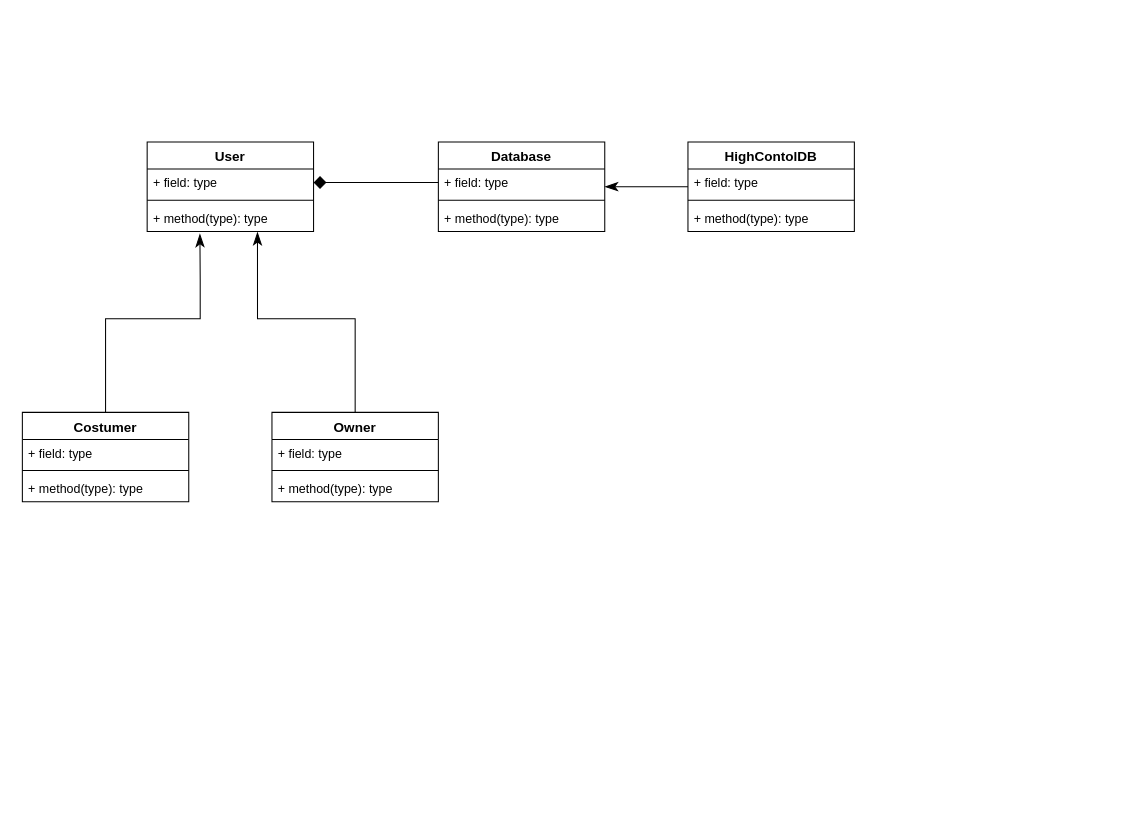
MarkJ-DC5/Mall-QCT-QR-Code-Contact-Tracinng- keeps this draw.io diagram as page "Class Diagram" (1 of 3) of diagrams/class and database diagrams.drawio. Above is the earlier version. Source tidied: cells renumbered, new cells numbered last; positions are measured from the earlier drawing's top-left corner, leaving out a move shared by most shapes. Both pictures are drawn from the tidied source at 104%, with x=0, y=0 at pixel (22, 141).
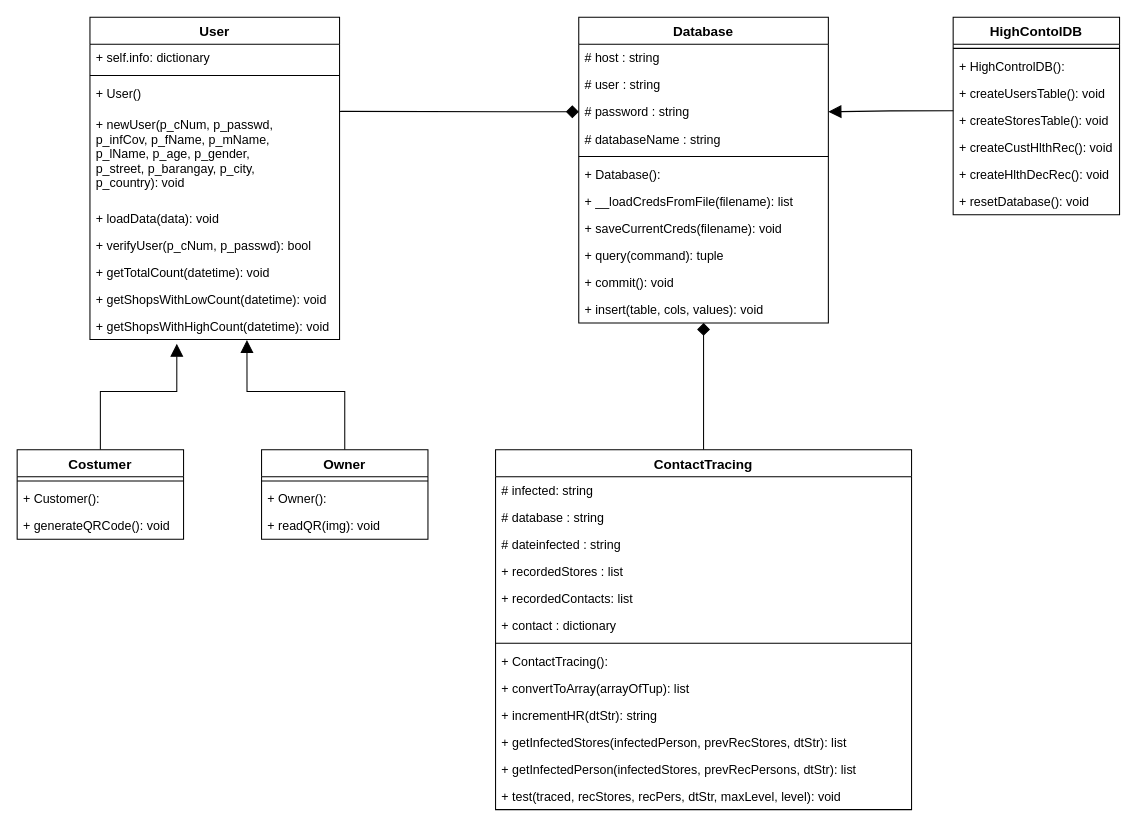
The same diagram, later.

What changed in the source:
```diff
@@
-    <mxCell id="2" style="edgeStyle=orthogonalEdgeStyle;rounded=0;jettySize=auto;html=1;entryX=0.663;entryY=1.023;entryDx=0;entryDy=0;entryPerimeter=0;startArrow=none;startFill=0;startSize=8;endArrow=classicThin;endFill=1;endSize=10;fontSize=13;" parent="1" edge="1" source="6" target="17">
-      <mxGeometry relative="1" as="geometry">
-        <Array as="points">
-          <mxPoint x="320" y="170" />
-          <mxPoint x="226" y="170" />
-        </Array>
-      </mxGeometry>
-    </mxCell>
-    <mxCell id="3" style="edgeStyle=orthogonalEdgeStyle;rounded=0;jettySize=auto;html=1;entryX=0.317;entryY=1.09;entryDx=0;entryDy=0;entryPerimeter=0;startArrow=none;startFill=0;startSize=8;endArrow=classicThin;endFill=1;endSize=10;fontSize=13;" parent="1" edge="1" source="10" target="17">
-      <mxGeometry relative="1" as="geometry">
-        <Array as="points">
-          <mxPoint x="80" y="170" />
-          <mxPoint x="171" y="170" />
-          <mxPoint x="171" y="132" />
-        </Array>
-      </mxGeometry>
-    </mxCell>
-    <mxCell id="4" style="edgeStyle=orthogonalEdgeStyle;rounded=0;jettySize=auto;html=1;entryX=1;entryY=0.5;entryDx=0;entryDy=0;startArrow=none;startFill=0;startSize=8;endArrow=diamond;endFill=1;endSize=10;fontSize=13;" parent="1" edge="1" source="23" target="15">
-      <mxGeometry relative="1" as="geometry" />
-    </mxCell>
-    <mxCell id="5" style="edgeStyle=orthogonalEdgeStyle;rounded=0;jettySize=auto;html=1;startArrow=none;startFill=0;startSize=8;endArrow=classicThin;endFill=1;endSize=10;fontSize=13;" parent="1" edge="1" source="18">
-      <mxGeometry relative="1" as="geometry">
-        <mxPoint x="560" y="43" as="targetPoint" />
-        <Array as="points">
-          <mxPoint x="600" y="43" />
-          <mxPoint x="600" y="43" />
-        </Array>
-      </mxGeometry>
-    </mxCell>
+    <mxCell id="26" style="edgeStyle=orthogonalEdgeStyle;rounded=0;jettySize=auto;html=1;startArrow=none;startFill=0;startSize=8;endArrow=block;endFill=1;endSize=10;fontSize=13;entryX=0.629;entryY=1.015;entryDx=0;entryDy=0;entryPerimeter=0;" parent="1" edge="1" source="6" target="69">
+      <mxGeometry relative="1" as="geometry">
+        <Array as="points">
+          <mxPoint x="310" y="240" />
+          <mxPoint x="216" y="240" />
+        </Array>
+      </mxGeometry>
+    </mxCell>
+    <mxCell id="22" value="Database" style="swimlane;fontStyle=1;align=center;verticalAlign=top;horizontal=1;startSize=26;fontSize=13;" parent="1" vertex="1">
+      <mxGeometry x="535" y="-120" width="240" height="294" as="geometry" />
+    </mxCell>
+    <mxCell id="27" value="# host : string" style="text;strokeColor=none;fillColor=none;align=left;verticalAlign=top;spacingLeft=4;spacingRight=4;overflow=hidden;" parent="22" vertex="1">
+      <mxGeometry y="26" width="240" height="26" as="geometry" />
+    </mxCell>
+    <mxCell id="28" value="# user : string" style="text;strokeColor=none;fillColor=none;align=left;verticalAlign=top;spacingLeft=4;spacingRight=4;overflow=hidden;" parent="22" vertex="1">
+      <mxGeometry y="52" width="240" height="26" as="geometry" />
+    </mxCell>
+    <mxCell id="29" value="# password : string" style="text;strokeColor=none;fillColor=none;align=left;verticalAlign=top;spacingLeft=4;spacingRight=4;overflow=hidden;points=[[0,0.5],[1,0.5]];portConstraint=eastwest;" parent="22" vertex="1">
+      <mxGeometry y="78" width="240" height="26" as="geometry" />
+    </mxCell>
+    <mxCell id="30" value="# databaseName : string" style="text;strokeColor=none;fillColor=none;align=left;verticalAlign=top;spacingLeft=4;spacingRight=4;overflow=hidden;" parent="22" vertex="1">
+      <mxGeometry y="104" width="240" height="26" as="geometry" />
+    </mxCell>
+    <mxCell id="31" style="line;strokeWidth=1;fillColor=none;align=left;verticalAlign=middle;spacingTop=-1;spacingLeft=3;spacingRight=3;labelPosition=right;" parent="22" vertex="1">
+      <mxGeometry y="130" width="240" height="8" as="geometry" />
+    </mxCell>
+    <mxCell id="32" value="+ Database():" style="text;strokeColor=none;fillColor=none;align=left;verticalAlign=top;spacingLeft=4;spacingRight=4;overflow=hidden;" parent="22" vertex="1">
+      <mxGeometry y="138" width="240" height="26" as="geometry" />
+    </mxCell>
+    <mxCell id="33" value="+ __loadCredsFromFile(filename): list" style="text;strokeColor=none;fillColor=none;align=left;verticalAlign=top;spacingLeft=4;spacingRight=4;overflow=hidden;" parent="22" vertex="1">
+      <mxGeometry y="164" width="240" height="26" as="geometry" />
+    </mxCell>
+    <mxCell id="34" value="+ saveCurrentCreds(filename): void " style="text;strokeColor=none;fillColor=none;align=left;verticalAlign=top;spacingLeft=4;spacingRight=4;overflow=hidden;" parent="22" vertex="1">
+      <mxGeometry y="190" width="240" height="26" as="geometry" />
+    </mxCell>
+    <mxCell id="35" value="+ query(command): tuple" style="text;strokeColor=none;fillColor=none;align=left;verticalAlign=top;spacingLeft=4;spacingRight=4;overflow=hidden;" parent="22" vertex="1">
+      <mxGeometry y="216" width="240" height="26" as="geometry" />
+    </mxCell>
+    <mxCell id="36" value="+ commit(): void" style="text;strokeColor=none;fillColor=none;align=left;verticalAlign=top;spacingLeft=4;spacingRight=4;overflow=hidden;" parent="22" vertex="1">
+      <mxGeometry y="242" width="240" height="26" as="geometry" />
+    </mxCell>
+    <mxCell id="37" value="+ insert(table, cols, values): void" style="text;strokeColor=none;fillColor=none;align=left;verticalAlign=top;spacingLeft=4;spacingRight=4;overflow=hidden;" parent="22" vertex="1">
+      <mxGeometry y="268" width="240" height="26" as="geometry" />
+    </mxCell>
+    <mxCell id="38" style="edgeStyle=orthogonalEdgeStyle;rounded=0;jettySize=auto;html=1;endArrow=block;endFill=1;exitX=0.001;exitY=0.156;exitDx=0;exitDy=0;exitPerimeter=0;entryX=1;entryY=0.5;entryDx=0;entryDy=0;endSize=10;" parent="1" edge="1" source="42" target="29">
+      <mxGeometry relative="1" as="geometry">
+        <Array as="points">
+          <mxPoint x="835" y="-30" />
+        </Array>
+      </mxGeometry>
+    </mxCell>
+    <mxCell id="18" value="HighContolDB" style="swimlane;fontStyle=1;align=center;verticalAlign=top;horizontal=1;startSize=26;fontSize=13;" parent="1" vertex="1">
+      <mxGeometry x="895" y="-120" width="160" height="190" as="geometry" />
+    </mxCell>
+    <mxCell id="39" style="line;strokeWidth=1;fillColor=none;align=left;verticalAlign=middle;spacingTop=-1;spacingLeft=3;spacingRight=3;labelPosition=right;" parent="18" vertex="1">
+      <mxGeometry y="26" width="160" height="8" as="geometry" />
+    </mxCell>
+    <mxCell id="40" value="+ HighControlDB():" style="text;strokeColor=none;fillColor=none;align=left;verticalAlign=top;spacingLeft=4;spacingRight=4;overflow=hidden;" parent="18" vertex="1">
+      <mxGeometry y="34" width="160" height="26" as="geometry" />
+    </mxCell>
+    <mxCell id="41" value="+ createUsersTable(): void" style="text;strokeColor=none;fillColor=none;align=left;verticalAlign=top;spacingLeft=4;spacingRight=4;overflow=hidden;" parent="18" vertex="1">
+      <mxGeometry y="60" width="160" height="26" as="geometry" />
+    </mxCell>
+    <mxCell id="42" value="+ createStoresTable(): void" style="text;strokeColor=none;fillColor=none;align=left;verticalAlign=top;spacingLeft=4;spacingRight=4;overflow=hidden;points=[[0,0.5],[1,0.5]];portConstraint=eastwest;" parent="18" vertex="1">
+      <mxGeometry y="86" width="160" height="26" as="geometry" />
+    </mxCell>
+    <mxCell id="43" value="+ createCustHlthRec(): void" style="text;strokeColor=none;fillColor=none;align=left;verticalAlign=top;spacingLeft=4;spacingRight=4;overflow=hidden;" parent="18" vertex="1">
+      <mxGeometry y="112" width="160" height="26" as="geometry" />
+    </mxCell>
+    <mxCell id="44" value="+ createHlthDecRec(): void" style="text;strokeColor=none;fillColor=none;align=left;verticalAlign=top;spacingLeft=4;spacingRight=4;overflow=hidden;" parent="18" vertex="1">
+      <mxGeometry y="138" width="160" height="26" as="geometry" />
+    </mxCell>
+    <mxCell id="45" value="+ resetDatabase(): void" style="text;strokeColor=none;fillColor=none;align=left;verticalAlign=top;spacingLeft=4;spacingRight=4;overflow=hidden;" parent="18" vertex="1">
+      <mxGeometry y="164" width="160" height="26" as="geometry" />
+    </mxCell>
+    <mxCell id="46" style="edgeStyle=orthogonalEdgeStyle;rounded=0;jettySize=auto;html=1;entryX=0.5;entryY=1;entryDx=0;entryDy=0;endArrow=diamond;endFill=1;endSize=10;" parent="1" edge="1" source="47" target="22">
+      <mxGeometry relative="1" as="geometry" />
+    </mxCell>
+    <mxCell id="47" value="ContactTracing" style="swimlane;fontStyle=1;align=center;verticalAlign=top;horizontal=1;startSize=26;fontSize=13;" parent="1" vertex="1">
+      <mxGeometry x="455" y="296" width="400" height="346" as="geometry" />
+    </mxCell>
+    <mxCell id="48" value="# infected: string" style="text;strokeColor=none;fillColor=none;align=left;verticalAlign=top;spacingLeft=4;spacingRight=4;overflow=hidden;" parent="47" vertex="1">
+      <mxGeometry y="26" width="400" height="26" as="geometry" />
+    </mxCell>
+    <mxCell id="49" value="# database : string" style="text;strokeColor=none;fillColor=none;align=left;verticalAlign=top;spacingLeft=4;spacingRight=4;overflow=hidden;" parent="47" vertex="1">
+      <mxGeometry y="52" width="400" height="26" as="geometry" />
+    </mxCell>
+    <mxCell id="50" value="# dateinfected : string" style="text;strokeColor=none;fillColor=none;align=left;verticalAlign=top;spacingLeft=4;spacingRight=4;overflow=hidden;" parent="47" vertex="1">
+      <mxGeometry y="78" width="400" height="26" as="geometry" />
+    </mxCell>
+    <mxCell id="51" value="+ recordedStores : list" style="text;strokeColor=none;fillColor=none;align=left;verticalAlign=top;spacingLeft=4;spacingRight=4;overflow=hidden;" parent="47" vertex="1">
+      <mxGeometry y="104" width="400" height="26" as="geometry" />
+    </mxCell>
+    <mxCell id="52" value="+ recordedContacts: list" style="text;strokeColor=none;fillColor=none;align=left;verticalAlign=top;spacingLeft=4;spacingRight=4;overflow=hidden;" parent="47" vertex="1">
+      <mxGeometry y="130" width="400" height="26" as="geometry" />
+    </mxCell>
+    <mxCell id="53" value="+ contact : dictionary" style="text;strokeColor=none;fillColor=none;align=left;verticalAlign=top;spacingLeft=4;spacingRight=4;overflow=hidden;" parent="47" vertex="1">
+      <mxGeometry y="156" width="400" height="26" as="geometry" />
+    </mxCell>
+    <mxCell id="54" style="line;strokeWidth=1;fillColor=none;align=left;verticalAlign=middle;spacingTop=-1;spacingLeft=3;spacingRight=3;labelPosition=right;" parent="47" vertex="1">
+      <mxGeometry y="182" width="400" height="8" as="geometry" />
+    </mxCell>
+    <mxCell id="55" value="+ ContactTracing():" style="text;strokeColor=none;fillColor=none;align=left;verticalAlign=top;spacingLeft=4;spacingRight=4;overflow=hidden;" parent="47" vertex="1">
+      <mxGeometry y="190" width="400" height="26" as="geometry" />
+    </mxCell>
+    <mxCell id="56" value="+ convertToArray(arrayOfTup): list" style="text;strokeColor=none;fillColor=none;align=left;verticalAlign=top;spacingLeft=4;spacingRight=4;overflow=hidden;" parent="47" vertex="1">
+      <mxGeometry y="216" width="400" height="26" as="geometry" />
+    </mxCell>
+    <mxCell id="57" value="+ incrementHR(dtStr): string" style="text;strokeColor=none;fillColor=none;align=left;verticalAlign=top;spacingLeft=4;spacingRight=4;overflow=hidden;" parent="47" vertex="1">
+      <mxGeometry y="242" width="400" height="26" as="geometry" />
+    </mxCell>
+    <mxCell id="58" value="+ getInfectedStores(infectedPerson, prevRecStores, dtStr): list" style="text;strokeColor=none;fillColor=none;align=left;verticalAlign=top;spacingLeft=4;spacingRight=4;overflow=hidden;" parent="47" vertex="1">
+      <mxGeometry y="268" width="400" height="26" as="geometry" />
+    </mxCell>
+    <mxCell id="59" value="+ getInfectedPerson(infectedStores, prevRecPersons, dtStr): list" style="text;strokeColor=none;fillColor=none;align=left;verticalAlign=top;spacingLeft=4;spacingRight=4;overflow=hidden;" parent="47" vertex="1">
+      <mxGeometry y="294" width="400" height="26" as="geometry" />
+    </mxCell>
+    <mxCell id="60" value="+ test(traced, recStores, recPers, dtStr, maxLevel, level): void" style="text;strokeColor=none;fillColor=none;align=left;verticalAlign=top;spacingLeft=4;spacingRight=4;overflow=hidden;" parent="47" vertex="1">
+      <mxGeometry y="320" width="400" height="26" as="geometry" />
+    </mxCell>
+    <mxCell id="14" value="User" style="swimlane;fontStyle=1;align=center;verticalAlign=top;horizontal=1;startSize=26;fontSize=13;" parent="1" vertex="1">
+      <mxGeometry x="65" y="-120" width="240" height="310" as="geometry" />
+    </mxCell>
+    <mxCell id="61" value="+ self.info: dictionary" style="text;strokeColor=none;fillColor=none;align=left;verticalAlign=top;spacingLeft=4;spacingRight=4;overflow=hidden;" parent="14" vertex="1">
+      <mxGeometry y="26" width="240" height="26" as="geometry" />
+    </mxCell>
+    <mxCell id="62" style="line;strokeWidth=1;fillColor=none;align=left;verticalAlign=middle;spacingTop=-1;spacingLeft=3;spacingRight=3;labelPosition=right;" parent="14" vertex="1">
+      <mxGeometry y="52" width="240" height="8" as="geometry" />
+    </mxCell>
+    <mxCell id="63" value="+ User()" style="text;strokeColor=none;fillColor=none;align=left;verticalAlign=top;spacingLeft=4;spacingRight=4;overflow=hidden;" parent="14" vertex="1">
+      <mxGeometry y="60" width="240" height="30" as="geometry" />
+    </mxCell>
+    <mxCell id="64" value="+ newUser(p_cNum, p_passwd, &#10;p_infCov, p_fName, p_mName, &#10;p_lName, p_age, p_gender,&#10;p_street, p_barangay, p_city, &#10;p_country): void&#10;" style="text;strokeColor=none;fillColor=none;align=left;verticalAlign=top;spacingLeft=4;spacingRight=4;overflow=hidden;points=[[0,0.5],[1,0.5]];portConstraint=eastwest;" parent="14" vertex="1">
+      <mxGeometry y="90" width="240" height="90" as="geometry" />
+    </mxCell>
+    <mxCell id="65" value="+ loadData(data): void" style="text;strokeColor=none;fillColor=none;align=left;verticalAlign=top;spacingLeft=4;spacingRight=4;overflow=hidden;" parent="14" vertex="1">
+      <mxGeometry y="180" width="240" height="26" as="geometry" />
+    </mxCell>
+    <mxCell id="66" value="+ verifyUser(p_cNum, p_passwd): bool" style="text;strokeColor=none;fillColor=none;align=left;verticalAlign=top;spacingLeft=4;spacingRight=4;overflow=hidden;" parent="14" vertex="1">
+      <mxGeometry y="206" width="240" height="26" as="geometry" />
+    </mxCell>
+    <mxCell id="67" value="+ getTotalCount(datetime): void" style="text;strokeColor=none;fillColor=none;align=left;verticalAlign=top;spacingLeft=4;spacingRight=4;overflow=hidden;" parent="14" vertex="1">
+      <mxGeometry y="232" width="240" height="26" as="geometry" />
+    </mxCell>
+    <mxCell id="68" value="+ getShopsWithLowCount(datetime): void" style="text;strokeColor=none;fillColor=none;align=left;verticalAlign=top;spacingLeft=4;spacingRight=4;overflow=hidden;" parent="14" vertex="1">
+      <mxGeometry y="258" width="240" height="26" as="geometry" />
+    </mxCell>
+    <mxCell id="69" value="+ getShopsWithHighCount(datetime): void" style="text;strokeColor=none;fillColor=none;align=left;verticalAlign=top;spacingLeft=4;spacingRight=4;overflow=hidden;points=[[0,0.5],[1,0.5]];portConstraint=eastwest;" parent="14" vertex="1">
+      <mxGeometry y="284" width="240" height="26" as="geometry" />
+    </mxCell>
+    <mxCell id="70" style="edgeStyle=orthogonalEdgeStyle;rounded=0;jettySize=auto;html=1;endArrow=diamond;endFill=1;exitX=1;exitY=0.007;exitDx=0;exitDy=0;exitPerimeter=0;entryX=0;entryY=0.5;entryDx=0;entryDy=0;endSize=10;" parent="1" edge="1" source="64" target="29">
+      <mxGeometry relative="1" as="geometry">
+        <Array as="points">
+          <mxPoint x="307" y="-29" />
+          <mxPoint x="395" y="-29" />
+        </Array>
+      </mxGeometry>
+    </mxCell>
     <mxCell id="6" value="Owner" style="swimlane;fontStyle=1;align=center;verticalAlign=top;horizontal=1;startSize=26;fontSize=13;" parent="1" vertex="1">
-      <mxGeometry x="240" y="260" width="160" height="86" as="geometry" />
+      <mxGeometry x="230" y="296" width="160" height="86" as="geometry" />
     </mxCell>
-    <mxCell id="7" value="+ field: type" style="text;strokeColor=none;fillColor=none;align=left;verticalAlign=top;spacingLeft=4;spacingRight=4;overflow=hidden;" parent="6" vertex="1">
-      <mxGeometry y="26" width="160" height="26" as="geometry" />
-    </mxCell>
-    <mxCell id="8" style="line;strokeWidth=1;fillColor=none;align=left;verticalAlign=middle;spacingTop=-1;spacingLeft=3;spacingRight=3;labelPosition=right;" parent="6" vertex="1">
-      <mxGeometry y="52" width="160" height="8" as="geometry" />
-    </mxCell>
-    <mxCell id="9" value="+ method(type): type" style="text;strokeColor=none;fillColor=none;align=left;verticalAlign=top;spacingLeft=4;spacingRight=4;overflow=hidden;" parent="6" vertex="1">
-      <mxGeometry y="60" width="160" height="26" as="geometry" />
-    </mxCell>
+    <mxCell id="71" style="line;strokeWidth=1;fillColor=none;align=left;verticalAlign=middle;spacingTop=-1;spacingLeft=3;spacingRight=3;labelPosition=right;" parent="6" vertex="1">
+      <mxGeometry y="26" width="160" height="8" as="geometry" />
+    </mxCell>
+    <mxCell id="72" value="+ Owner():&#10;" style="text;strokeColor=none;fillColor=none;align=left;verticalAlign=top;spacingLeft=4;spacingRight=4;overflow=hidden;" parent="6" vertex="1">
+      <mxGeometry y="34" width="160" height="26" as="geometry" />
+    </mxCell>
+    <mxCell id="73" value="+ readQR(img): void&#10;" style="text;strokeColor=none;fillColor=none;align=left;verticalAlign=top;spacingLeft=4;spacingRight=4;overflow=hidden;" parent="6" vertex="1">
+      <mxGeometry y="60" width="160" height="26" as="geometry" />
+    </mxCell>
+    <mxCell id="74" style="edgeStyle=orthogonalEdgeStyle;rounded=0;jettySize=auto;html=1;entryX=0.348;entryY=1.154;entryDx=0;entryDy=0;entryPerimeter=0;endArrow=block;endFill=1;endSize=10;" parent="1" edge="1" source="10" target="69">
+      <mxGeometry relative="1" as="geometry">
+        <Array as="points">
+          <mxPoint x="75" y="240" />
+          <mxPoint x="149" y="240" />
+          <mxPoint x="149" y="194" />
+        </Array>
+      </mxGeometry>
+    </mxCell>
     <mxCell id="10" value="Costumer" style="swimlane;fontStyle=1;align=center;verticalAlign=top;horizontal=1;startSize=26;fontSize=13;" parent="1" vertex="1">
-      <mxGeometry y="260" width="160" height="86" as="geometry" />
+      <mxGeometry x="-5" y="296" width="160" height="86" as="geometry" />
     </mxCell>
-    <mxCell id="11" value="+ field: type" style="text;strokeColor=none;fillColor=none;align=left;verticalAlign=top;spacingLeft=4;spacingRight=4;overflow=hidden;" parent="10" vertex="1">
-      <mxGeometry y="26" width="160" height="26" as="geometry" />
-    </mxCell>
-    <mxCell id="12" style="line;strokeWidth=1;fillColor=none;align=left;verticalAlign=middle;spacingTop=-1;spacingLeft=3;spacingRight=3;labelPosition=right;" parent="10" vertex="1">
-      <mxGeometry y="52" width="160" height="8" as="geometry" />
-    </mxCell>
-    <mxCell id="13" value="+ method(type): type" style="text;strokeColor=none;fillColor=none;align=left;verticalAlign=top;spacingLeft=4;spacingRight=4;overflow=hidden;" parent="10" vertex="1">
-      <mxGeometry y="60" width="160" height="26" as="geometry" />
-    </mxCell>
-    <mxCell id="14" value="User" style="swimlane;fontStyle=1;align=center;verticalAlign=top;horizontal=1;startSize=26;fontSize=13;" parent="1" vertex="1">
-      <mxGeometry x="120" width="160" height="86" as="geometry" />
-    </mxCell>
-    <mxCell id="15" value="+ field: type" style="text;strokeColor=none;fillColor=none;align=left;verticalAlign=top;spacingLeft=4;spacingRight=4;overflow=hidden;points=[[0,0.5],[1,0.5]];portConstraint=eastwest;" parent="14" vertex="1">
-      <mxGeometry y="26" width="160" height="26" as="geometry" />
-    </mxCell>
-    <mxCell id="16" style="line;strokeWidth=1;fillColor=none;align=left;verticalAlign=middle;spacingTop=-1;spacingLeft=3;spacingRight=3;labelPosition=right;" parent="14" vertex="1">
-      <mxGeometry y="52" width="160" height="8" as="geometry" />
-    </mxCell>
-    <mxCell id="17" value="+ method(type): type" style="text;strokeColor=none;fillColor=none;align=left;verticalAlign=top;spacingLeft=4;spacingRight=4;overflow=hidden;points=[[0,0.5],[1,0.5]];portConstraint=eastwest;" parent="14" vertex="1">
-      <mxGeometry y="60" width="160" height="26" as="geometry" />
-    </mxCell>
-    <mxCell id="18" value="HighContolDB" style="swimlane;fontStyle=1;align=center;verticalAlign=top;horizontal=1;startSize=26;fontSize=13;" parent="1" vertex="1">
-      <mxGeometry x="640" width="160" height="86" as="geometry" />
-    </mxCell>
-    <mxCell id="19" value="+ field: type" style="text;strokeColor=none;fillColor=none;align=left;verticalAlign=top;spacingLeft=4;spacingRight=4;overflow=hidden;" parent="18" vertex="1">
-      <mxGeometry y="26" width="160" height="26" as="geometry" />
-    </mxCell>
-    <mxCell id="20" style="line;strokeWidth=1;fillColor=none;align=left;verticalAlign=middle;spacingTop=-1;spacingLeft=3;spacingRight=3;labelPosition=right;" parent="18" vertex="1">
-      <mxGeometry y="52" width="160" height="8" as="geometry" />
-    </mxCell>
-    <mxCell id="21" value="+ method(type): type" style="text;strokeColor=none;fillColor=none;align=left;verticalAlign=top;spacingLeft=4;spacingRight=4;overflow=hidden;" parent="18" vertex="1">
-      <mxGeometry y="60" width="160" height="26" as="geometry" />
-    </mxCell>
-    <mxCell id="22" value="Database" style="swimlane;fontStyle=1;align=center;verticalAlign=top;horizontal=1;startSize=26;fontSize=13;" parent="1" vertex="1">
-      <mxGeometry x="400" width="160" height="86" as="geometry" />
-    </mxCell>
-    <mxCell id="23" value="+ field: type" style="text;strokeColor=none;fillColor=none;align=left;verticalAlign=top;spacingLeft=4;spacingRight=4;overflow=hidden;points=[[0,0.5],[1,0.5]];portConstraint=eastwest;" parent="22" vertex="1">
-      <mxGeometry y="26" width="160" height="26" as="geometry" />
-    </mxCell>
-    <mxCell id="24" style="line;strokeWidth=1;fillColor=none;align=left;verticalAlign=middle;spacingTop=-1;spacingLeft=3;spacingRight=3;labelPosition=right;" parent="22" vertex="1">
-      <mxGeometry y="52" width="160" height="8" as="geometry" />
-    </mxCell>
-    <mxCell id="25" value="+ method(type): type" style="text;strokeColor=none;fillColor=none;align=left;verticalAlign=top;spacingLeft=4;spacingRight=4;overflow=hidden;" parent="22" vertex="1">
-      <mxGeometry y="60" width="160" height="26" as="geometry" />
-    </mxCell>
+    <mxCell id="75" style="line;strokeWidth=1;fillColor=none;align=left;verticalAlign=middle;spacingTop=-1;spacingLeft=3;spacingRight=3;labelPosition=right;" parent="10" vertex="1">
+      <mxGeometry y="26" width="160" height="8" as="geometry" />
+    </mxCell>
+    <mxCell id="76" value="+ Customer():&#10;" style="text;strokeColor=none;fillColor=none;align=left;verticalAlign=top;spacingLeft=4;spacingRight=4;overflow=hidden;" parent="10" vertex="1">
+      <mxGeometry y="34" width="160" height="26" as="geometry" />
+    </mxCell>
+    <mxCell id="77" value="+ generateQRCode(): void&#10;" style="text;strokeColor=none;fillColor=none;align=left;verticalAlign=top;spacingLeft=4;spacingRight=4;overflow=hidden;" parent="10" vertex="1">
+      <mxGeometry y="60" width="160" height="26" as="geometry" />
+    </mxCell>
```
